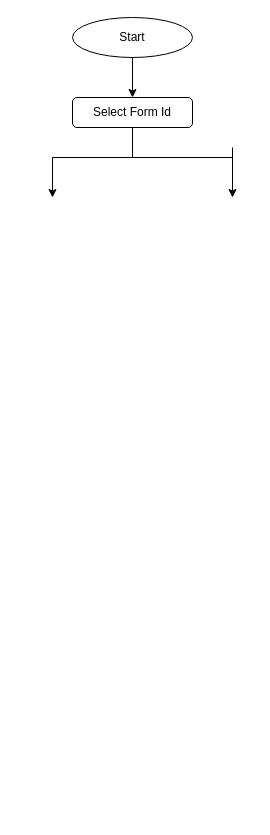
snehalhude/my_office_v2 keeps this draw.io diagram as Untitled Diagram.drawio. Above is the earlier version. Source tidied: cells renumbered, new cells numbered last; positions are measured from the earlier drawing's top-left corner, leaving out a move shared by most shapes. Both pictures are drawn from the tidied source at 100%, with x=0, y=0 at pixel (52, 17).
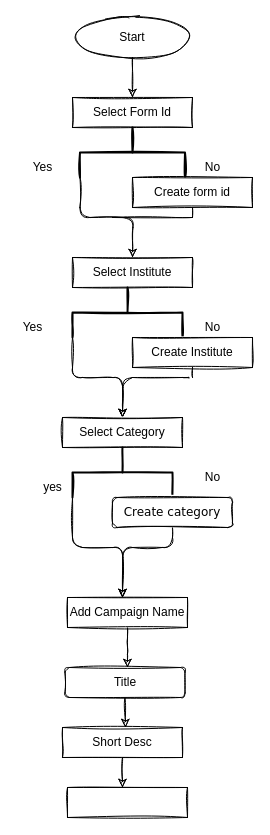
The same page after the edit.

Change to the diagram source:
```diff
@@
-    <mxCell id="2" value="Start" style="ellipse;whiteSpace=wrap;html=1;" parent="1" vertex="1">
+    <mxCell id="2" value="Start" style="ellipse;whiteSpace=wrap;html=1;sketch=1;" parent="1" vertex="1">
       <mxGeometry x="20" width="120" height="40" as="geometry" />
     </mxCell>
-    <mxCell id="3" value="Select Form Id" style="rounded=1;whiteSpace=wrap;html=1;" parent="1" vertex="1">
+    <mxCell id="3" value="Select Form Id" style="whiteSpace=wrap;html=1;sketch=1;" parent="1" vertex="1">
       <mxGeometry x="20" y="80" width="120" height="30" as="geometry" />
     </mxCell>
-    <mxCell id="4" style="endArrow=classic;html=1;exitX=0.5;exitY=1;exitDx=0;exitDy=0;exitPerimeter=0;" parent="1" edge="1" source="2">
+    <mxCell id="4" style="endArrow=classic;html=1;exitX=0.5;exitY=1;exitDx=0;exitDy=0;exitPerimeter=0;sketch=1;" parent="1" edge="1" source="2">
       <mxGeometry relative="1" as="geometry">
         <mxPoint x="80" y="80" as="targetPoint" />
       </mxGeometry>
     </mxCell>
-    <mxCell id="5" style="endArrow=none;html=1;entryX=0.5;entryY=1;entryDx=0;entryDy=0;" parent="1" edge="1" target="3">
-      <mxGeometry relative="1" as="geometry">
-        <mxPoint x="80" y="140" as="sourcePoint" />
-      </mxGeometry>
-    </mxCell>
-    <mxCell id="6" style="endArrow=none;html=1;" parent="1" edge="1">
-      <mxGeometry relative="1" as="geometry">
-        <mxPoint y="140" as="sourcePoint" />
-        <mxPoint x="180" y="140" as="targetPoint" />
-      </mxGeometry>
-    </mxCell>
-    <mxCell id="7" style="endArrow=classic;html=1;" parent="1" edge="1">
-      <mxGeometry relative="1" as="geometry">
-        <mxPoint y="140" as="sourcePoint" />
-        <mxPoint y="180" as="targetPoint" />
-      </mxGeometry>
-    </mxCell>
-    <mxCell id="8" style="endArrow=classic;html=1;" parent="1" edge="1">
-      <mxGeometry relative="1" as="geometry">
-        <mxPoint x="180" y="130" as="sourcePoint" />
-        <mxPoint x="180" y="180" as="targetPoint" />
-      </mxGeometry>
-    </mxCell>
+    <mxCell id="9" style="edgeStyle=orthogonalEdgeStyle;jettySize=auto;html=1;exitX=1;exitY=1;exitDx=0;exitDy=0;exitPerimeter=0;sketch=1;" parent="1" edge="1" source="10">
+      <mxGeometry relative="1" as="geometry">
+        <mxPoint x="80" y="240" as="targetPoint" />
+      </mxGeometry>
+    </mxCell>
+    <mxCell id="10" style="strokeWidth=2;html=1;shape=mxgraph.flowchart.annotation_2;align=left;labelPosition=right;direction=south;sketch=1;" parent="1" vertex="1">
+      <mxGeometry x="27.5" y="110" width="105" height="50" as="geometry" />
+    </mxCell>
+    <mxCell id="11" value="Yes" style="text;html=1;align=center;verticalAlign=middle;sketch=1;" parent="1" vertex="1">
+      <mxGeometry x="-25" y="140" width="30" height="20" as="geometry" />
+    </mxCell>
+    <mxCell id="12" value="No" style="text;html=1;align=center;verticalAlign=middle;sketch=1;" parent="1" vertex="1">
+      <mxGeometry x="145" y="140" width="30" height="20" as="geometry" />
+    </mxCell>
+    <mxCell id="13" value="Create form id" style="whiteSpace=wrap;html=1;sketch=1;" parent="1" vertex="1">
+      <mxGeometry x="80" y="160" width="120" height="30" as="geometry" />
+    </mxCell>
+    <mxCell id="14" style="endArrow=none;html=1;sketch=1;" parent="1" edge="1" target="13">
+      <mxGeometry relative="1" as="geometry">
+        <mxPoint x="140" y="200" as="sourcePoint" />
+      </mxGeometry>
+    </mxCell>
+    <mxCell id="15" style="endArrow=none;html=1;sketch=1;" parent="1" edge="1">
+      <mxGeometry relative="1" as="geometry">
+        <mxPoint x="140" y="200" as="sourcePoint" />
+        <mxPoint x="60" y="200" as="targetPoint" />
+      </mxGeometry>
+    </mxCell>
+    <mxCell id="16" value="Select Institute" style="whiteSpace=wrap;html=1;sketch=1;" parent="1" vertex="1">
+      <mxGeometry x="20" y="240" width="120" height="30" as="geometry" />
+    </mxCell>
+    <mxCell id="17" style="edgeStyle=orthogonalEdgeStyle;jettySize=auto;html=1;exitX=1;exitY=1;exitDx=0;exitDy=0;exitPerimeter=0;sketch=1;" parent="1" edge="1" source="18">
+      <mxGeometry relative="1" as="geometry">
+        <mxPoint x="70" y="400" as="targetPoint" />
+      </mxGeometry>
+    </mxCell>
+    <mxCell id="18" style="strokeWidth=2;html=1;shape=mxgraph.flowchart.annotation_2;align=left;labelPosition=right;direction=south;sketch=1;" parent="1" vertex="1">
+      <mxGeometry x="20" y="270" width="110" height="50" as="geometry" />
+    </mxCell>
+    <mxCell id="19" value="Yes" style="text;html=1;align=center;verticalAlign=middle;sketch=1;" parent="1" vertex="1">
+      <mxGeometry x="-35" y="300" width="30" height="20" as="geometry" />
+    </mxCell>
+    <mxCell id="20" value="No" style="text;html=1;align=center;verticalAlign=middle;sketch=1;" parent="1" vertex="1">
+      <mxGeometry x="145" y="300" width="30" height="20" as="geometry" />
+    </mxCell>
+    <mxCell id="21" style="edgeStyle=orthogonalEdgeStyle;orthogonalLoop=1;jettySize=auto;html=1;sketch=1;" parent="1" edge="1">
+      <mxGeometry relative="1" as="geometry">
+        <mxPoint x="130" y="360" as="sourcePoint" />
+        <mxPoint x="70" y="400" as="targetPoint" />
+        <Array as="points">
+          <mxPoint x="140" y="360" />
+          <mxPoint x="70" y="360" />
+        </Array>
+      </mxGeometry>
+    </mxCell>
+    <mxCell id="22" value="Create Institute" style="whiteSpace=wrap;html=1;sketch=1;" parent="1" vertex="1">
+      <mxGeometry x="80" y="320" width="120" height="30" as="geometry" />
+    </mxCell>
+    <mxCell id="23" style="endArrow=none;html=1;entryX=0.5;entryY=1;entryDx=0;entryDy=0;sketch=1;" parent="1" edge="1" target="22">
+      <mxGeometry relative="1" as="geometry">
+        <mxPoint x="140" y="360" as="sourcePoint" />
+      </mxGeometry>
+    </mxCell>
+    <mxCell id="24" value="Select Category" style="whiteSpace=wrap;html=1;sketch=1;" parent="1" vertex="1">
+      <mxGeometry x="10" y="400" width="120" height="30" as="geometry" />
+    </mxCell>
+    <mxCell id="25" style="edgeStyle=orthogonalEdgeStyle;curved=0;rounded=1;jettySize=auto;html=1;exitX=1;exitY=1;exitDx=0;exitDy=0;exitPerimeter=0;sketch=1;" parent="1" edge="1" source="26">
+      <mxGeometry relative="1" as="geometry">
+        <mxPoint x="70" y="580" as="targetPoint" />
+      </mxGeometry>
+    </mxCell>
+    <mxCell id="26" style="strokeWidth=2;html=1;shape=mxgraph.flowchart.annotation_2;align=left;labelPosition=right;direction=south;sketch=1;" parent="1" vertex="1">
+      <mxGeometry x="20" y="430" width="100" height="50" as="geometry" />
+    </mxCell>
+    <mxCell id="27" value="yes" style="text;html=1;align=center;verticalAlign=middle;sketch=1;" parent="1" vertex="1">
+      <mxGeometry x="-15" y="460" width="30" height="20" as="geometry" />
+    </mxCell>
+    <mxCell id="28" value="No" style="text;html=1;align=center;verticalAlign=middle;sketch=1;" parent="1" vertex="1">
+      <mxGeometry x="145" y="450" width="30" height="20" as="geometry" />
+    </mxCell>
+    <mxCell id="29" style="edgeStyle=orthogonalEdgeStyle;curved=0;rounded=1;jettySize=auto;html=1;exitX=0.5;exitY=1;exitDx=0;exitDy=0;sketch=1;" parent="1" edge="1" source="30">
+      <mxGeometry relative="1" as="geometry">
+        <mxPoint x="70" y="580" as="targetPoint" />
+        <Array as="points">
+          <mxPoint x="120" y="530" />
+          <mxPoint x="70" y="530" />
+        </Array>
+      </mxGeometry>
+    </mxCell>
+    <mxCell id="30" value="Create category" style="rounded=1;whiteSpace=wrap;html=1;fontFamily=Verdana;fontStyle=0;labelBackgroundColor=none;sketch=1;" parent="1" vertex="1">
+      <mxGeometry x="60" y="480" width="120" height="30" as="geometry" />
+    </mxCell>
+    <mxCell id="31" style="edgeStyle=orthogonalEdgeStyle;curved=0;rounded=1;jettySize=auto;html=1;exitX=0.5;exitY=1;exitDx=0;exitDy=0;sketch=1;" parent="1" edge="1" source="32">
+      <mxGeometry relative="1" as="geometry">
+        <mxPoint x="75" y="650" as="targetPoint" />
+      </mxGeometry>
+    </mxCell>
+    <mxCell id="32" value="Add Campaign Name" style="rounded=0;whiteSpace=wrap;html=1;sketch=1;" parent="1" vertex="1">
+      <mxGeometry x="15" y="580" width="120" height="30" as="geometry" />
+    </mxCell>
+    <mxCell id="33" style="edgeStyle=orthogonalEdgeStyle;curved=0;rounded=1;sketch=1;jettySize=auto;html=1;exitX=0.5;exitY=1;exitDx=0;exitDy=0;" parent="1" edge="1" source="34">
+      <mxGeometry relative="1" as="geometry">
+        <mxPoint x="73" y="710" as="targetPoint" />
+      </mxGeometry>
+    </mxCell>
+    <mxCell id="34" value="Title" style="rounded=1;whiteSpace=wrap;html=1;sketch=1;" parent="1" vertex="1">
+      <mxGeometry x="12.5" y="650" width="120" height="30" as="geometry" />
+    </mxCell>
+    <mxCell id="35" style="edgeStyle=orthogonalEdgeStyle;curved=0;rounded=1;sketch=1;jettySize=auto;html=1;exitX=0.5;exitY=1;exitDx=0;exitDy=0;" parent="1" edge="1" source="36">
+      <mxGeometry relative="1" as="geometry">
+        <mxPoint x="70" y="770" as="targetPoint" />
+      </mxGeometry>
+    </mxCell>
+    <mxCell id="36" value="Short Desc" style="whiteSpace=wrap;html=1;rounded=0;sketch=1;" parent="1" vertex="1">
+      <mxGeometry x="10" y="710" width="120" height="30" as="geometry" />
+    </mxCell>
+    <mxCell id="37" style="whiteSpace=wrap;html=1;rounded=0;sketch=1;" parent="1" vertex="1">
+      <mxGeometry x="15" y="770" width="120" height="30" as="geometry" />
+    </mxCell>
```
